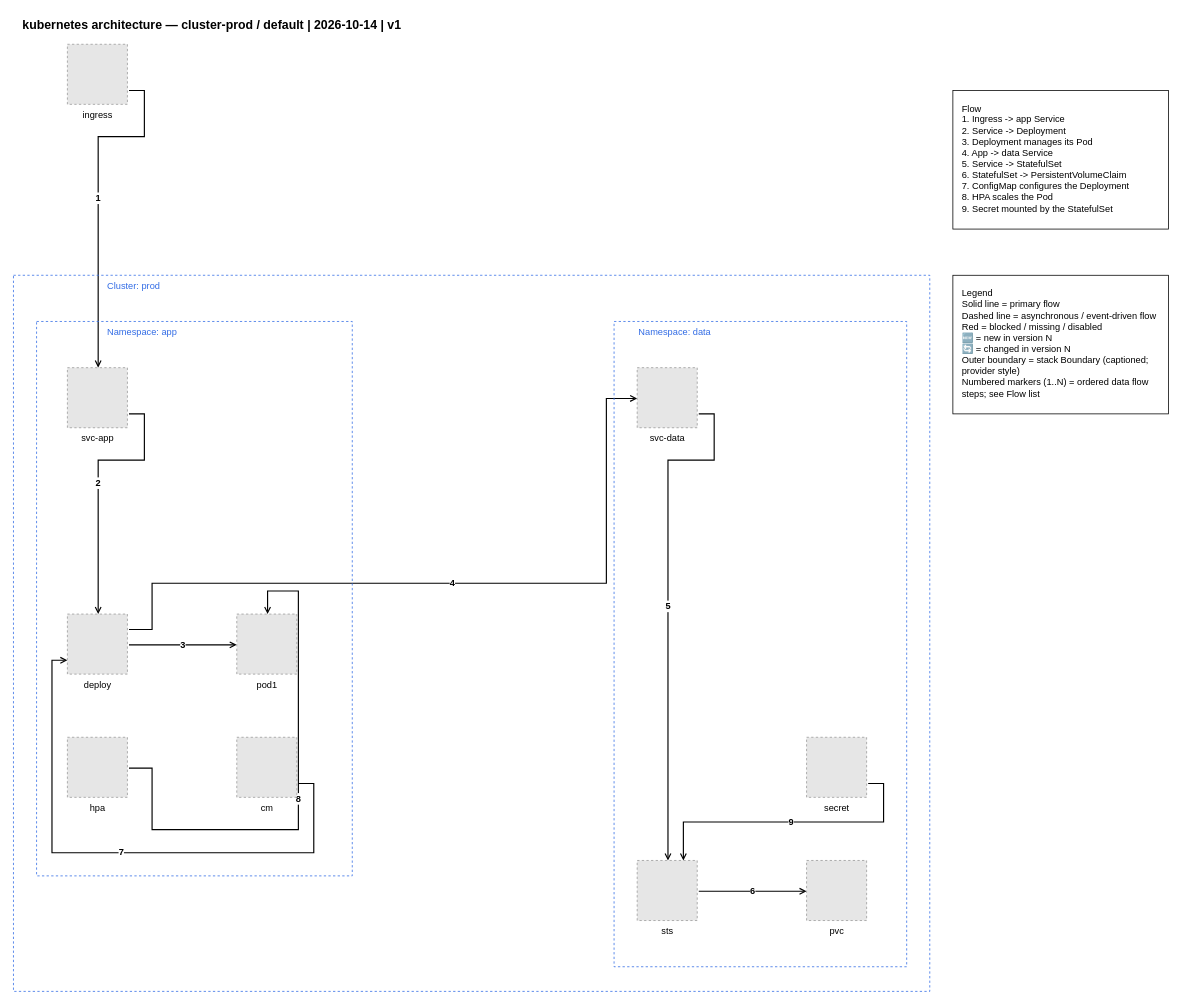
This is examples/kubernetes/01-kubernetes-architecture-landscape.drawio from totoshko88/Cloud_Architecture, a draw.io file, before an edit. Source tidied: cells renumbered, new cells numbered last; positions are measured from the earlier drawing's top-left corner, leaving out a move shared by most shapes. Both pictures are drawn from the tidied source at 77%, with x=0, y=0 at pixel (13, 13). Pictures stored in the file or linked from it are replaced by grey dashed boxes.
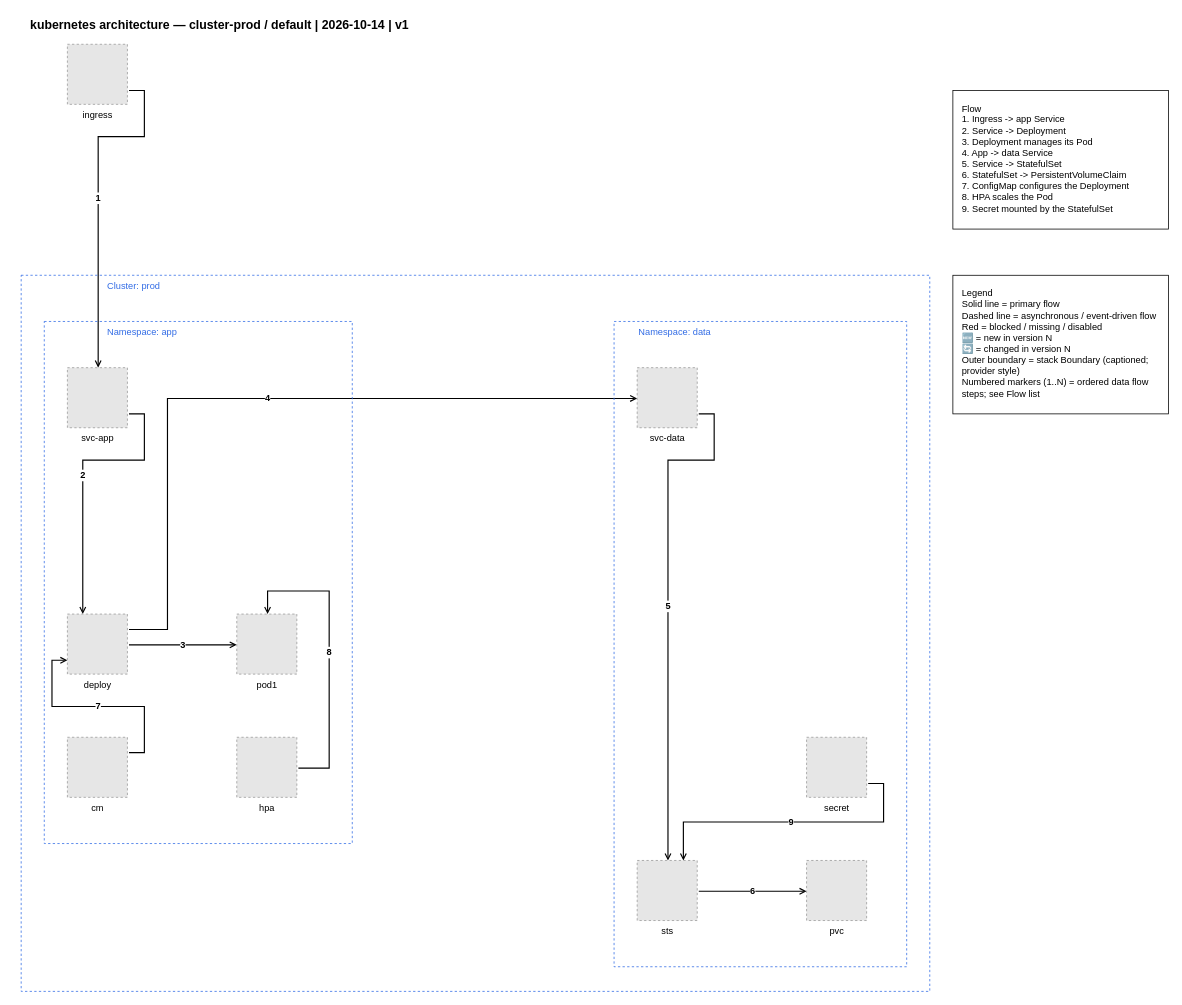
After the change.

Commit message (it also covers changes not shown here):
chore(examples): WS4 re-baseline goldens through the engine

Corpus regenerated with scripts/regen_examples.py (automatic ordering on).
Only kubernetes/01-kubernetes-architecture-landscape changes: ConfigMap
moves under the Deployment it configures (cm 1 -> 0, hpa 0 -> 1), removing
back-edge e7; back 2 -> 1, X 0 -> 0, collinear 1 -> 0. Raster re-exported.
Guard: every other golden byte-identical; build_kubernetes_example.py
--check ok.

Unchanged cells that the change refers to:
```xml
<mxCell id="21" value="svc-data" style="fillColor=#E6E6E6;strokeColor=#999999;dashed=1;verticalLabelPosition=bottom;verticalAlign=top;html=1;align=center;fontSize=12;" parent="14" vertex="1">
  <mxGeometry x="30" y="60" width="78" height="78" as="geometry" />
</mxCell>
```

What changed in the source:
```diff
@@
     <mxCell id="2" value="kubernetes architecture — cluster-prod / default | 2026-10-14 | v1" style="text;html=1;strokeColor=none;fillColor=none;align=left;verticalAlign=middle;fontSize=16;fontStyle=1;" parent="1" vertex="1">
-      <mxGeometry x="10" width="900" height="30" as="geometry" />
+      <mxGeometry x="20" width="900" height="30" as="geometry" />
     </mxCell>
@@
-    <mxCell id="4" value="2" style="edgeStyle=orthogonalEdgeStyle;rounded=0;html=1;endArrow=open;endFill=0;strokeWidth=1.5;exitX=1.0256410256410255;exitY=0.7692307692307693;exitDx=0;exitDy=0;exitPerimeter=0;entryX=0.5128205128205128;entryY=0.0;entryDx=0;entryDy=0;fontSize=12;fontStyle=1;" parent="1" edge="1" source="16" target="17">
+    <mxCell id="4" value="2" style="edgeStyle=orthogonalEdgeStyle;rounded=0;html=1;endArrow=open;endFill=0;strokeWidth=1.5;exitX=1.0256410256410255;exitY=0.7692307692307693;exitDx=0;exitDy=0;exitPerimeter=0;entryX=0.2564102564102564;entryY=0.0;entryDx=0;entryDy=0;fontSize=12;fontStyle=1;" parent="1" edge="1" source="16" target="17">
       <mxGeometry relative="1" as="geometry">
         <Array as="points">
           <mxPoint x="170" y="520" />
           <mxPoint x="170" y="580" />
-          <mxPoint x="110" y="580" />
+          <mxPoint x="90" y="580" />
         </Array>
       </mxGeometry>
     </mxCell>
@@
     <mxCell id="6" value="4" style="edgeStyle=orthogonalEdgeStyle;rounded=0;html=1;endArrow=open;endFill=0;strokeWidth=1.5;exitX=1.0256410256410255;exitY=0.2564102564102564;exitDx=0;exitDy=0;exitPerimeter=0;entryX=0.0;entryY=0.5128205128205128;entryDx=0;entryDy=0;fontSize=12;fontStyle=1;" parent="1" edge="1" source="17" target="21">
       <mxGeometry relative="1" as="geometry">
         <Array as="points">
-          <mxPoint x="180" y="800" />
-          <mxPoint x="180" y="740" />
-          <mxPoint x="770" y="740" />
-          <mxPoint x="770" y="500" />
+          <mxPoint x="200" y="800" />
+          <mxPoint x="200" y="500" />
         </Array>
       </mxGeometry>
     </mxCell>
@@
-    <mxCell id="9" value="7" style="edgeStyle=orthogonalEdgeStyle;rounded=0;html=1;endArrow=open;endFill=0;strokeWidth=1.5;exitX=1.0256410256410255;exitY=0.7692307692307693;exitDx=0;exitDy=0;exitPerimeter=0;entryX=0.0;entryY=0.7692307692307693;entryDx=0;entryDy=0;fontSize=12;fontStyle=1;" parent="1" edge="1" source="20" target="17">
+    <mxCell id="9" value="7" style="edgeStyle=orthogonalEdgeStyle;rounded=0;html=1;endArrow=open;endFill=0;strokeWidth=1.5;exitX=1.0256410256410255;exitY=0.2564102564102564;exitDx=0;exitDy=0;exitPerimeter=0;entryX=0.0;entryY=0.7692307692307693;entryDx=0;entryDy=0;fontSize=12;fontStyle=1;" parent="1" edge="1" source="20" target="17">
       <mxGeometry relative="1" as="geometry">
         <Array as="points">
-          <mxPoint x="390" y="1000" />
-          <mxPoint x="390" y="1090" />
-          <mxPoint x="50" y="1090" />
+          <mxPoint x="170" y="960" />
+          <mxPoint x="170" y="900" />
+          <mxPoint x="50" y="900" />
           <mxPoint x="50" y="840" />
         </Array>
       </mxGeometry>
     </mxCell>
     <mxCell id="10" value="8" style="edgeStyle=orthogonalEdgeStyle;rounded=0;html=1;endArrow=open;endFill=0;strokeWidth=1.5;exitX=1.0256410256410255;exitY=0.5128205128205128;exitDx=0;exitDy=0;exitPerimeter=0;entryX=0.5128205128205128;entryY=0.0;entryDx=0;entryDy=0;fontSize=12;fontStyle=1;" parent="1" edge="1" source="19" target="18">
       <mxGeometry relative="1" as="geometry">
         <Array as="points">
-          <mxPoint x="180" y="980" />
-          <mxPoint x="180" y="1060" />
-          <mxPoint x="370" y="1060" />
-          <mxPoint x="370" y="750" />
+          <mxPoint x="410" y="980" />
+          <mxPoint x="410" y="750" />
           <mxPoint x="330" y="750" />
         </Array>
       </mxGeometry>
     </mxCell>
@@
-    <mxCell id="12" value="Cluster: prod" style="rounded=0;whiteSpace=wrap;html=1;fillColor=none;strokeColor=#326CE5;dashed=1;verticalAlign=top;fontColor=#326CE5;fontSize=12;align=left;spacingLeft=120;" parent="1" vertex="1">
-      <mxGeometry y="340" width="1190" height="930" as="geometry" />
+    <mxCell id="12" value="Cluster: prod" style="rounded=0;whiteSpace=wrap;html=1;fillColor=none;strokeColor=#326CE5;dashed=1;verticalAlign=top;fontColor=#326CE5;fontSize=12;align=left;spacingLeft=110;" parent="1" vertex="1">
+      <mxGeometry x="10" y="340" width="1180" height="930" as="geometry" />
     </mxCell>
-    <mxCell id="13" value="Namespace: app" style="rounded=0;whiteSpace=wrap;html=1;fillColor=none;strokeColor=#326CE5;dashed=1;verticalAlign=top;fontColor=#326CE5;fontSize=12;align=left;spacingLeft=90;" parent="1" vertex="1">
-      <mxGeometry x="30" y="400" width="410" height="720" as="geometry" />
+    <mxCell id="13" value="Namespace: app" style="rounded=0;whiteSpace=wrap;html=1;fillColor=none;strokeColor=#326CE5;dashed=1;verticalAlign=top;fontColor=#326CE5;fontSize=12;align=left;spacingLeft=80;" parent="1" vertex="1">
+      <mxGeometry x="40" y="400" width="400" height="678" as="geometry" />
     </mxCell>
@@
     <mxCell id="16" value="svc-app" style="fillColor=#E6E6E6;strokeColor=#999999;dashed=1;verticalLabelPosition=bottom;verticalAlign=top;html=1;align=center;fontSize=12;" parent="13" vertex="1">
-      <mxGeometry x="40" y="60" width="78" height="78" as="geometry" />
+      <mxGeometry x="30" y="60" width="78" height="78" as="geometry" />
     </mxCell>
     <mxCell id="17" value="deploy" style="fillColor=#E6E6E6;strokeColor=#999999;dashed=1;verticalLabelPosition=bottom;verticalAlign=top;html=1;align=center;fontSize=12;" parent="13" vertex="1">
-      <mxGeometry x="40" y="380" width="78" height="78" as="geometry" />
+      <mxGeometry x="30" y="380" width="78" height="78" as="geometry" />
     </mxCell>
     <mxCell id="18" value="pod1" style="fillColor=#E6E6E6;strokeColor=#999999;dashed=1;verticalLabelPosition=bottom;verticalAlign=top;html=1;align=center;fontSize=12;" parent="13" vertex="1">
-      <mxGeometry x="260" y="380" width="78" height="78" as="geometry" />
+      <mxGeometry x="250" y="380" width="78" height="78" as="geometry" />
     </mxCell>
     <mxCell id="19" value="hpa" style="fillColor=#E6E6E6;strokeColor=#999999;dashed=1;verticalLabelPosition=bottom;verticalAlign=top;html=1;align=center;fontSize=12;" parent="13" vertex="1">
-      <mxGeometry x="40" y="540" width="78" height="78" as="geometry" />
+      <mxGeometry x="250" y="540" width="78" height="78" as="geometry" />
     </mxCell>
     <mxCell id="20" value="cm" style="fillColor=#E6E6E6;strokeColor=#999999;dashed=1;verticalLabelPosition=bottom;verticalAlign=top;html=1;align=center;fontSize=12;" parent="13" vertex="1">
-      <mxGeometry x="260" y="540" width="78" height="78" as="geometry" />
+      <mxGeometry x="30" y="540" width="78" height="78" as="geometry" />
     </mxCell>
```
